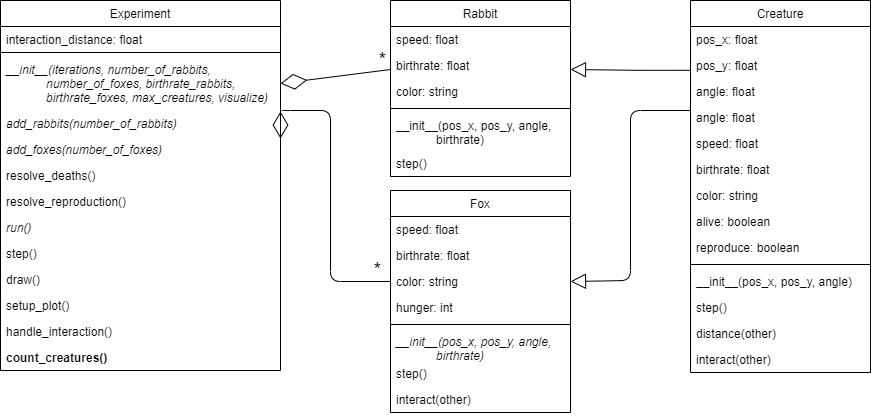
Before: 90 phase9/oo-phase9.png, a diagram exported from draw.io (spcourse/populations-oo). Source tidied: cells renumbered, new cells last; positions are measured from the earlier drawing's top-left corner, leaving out a move shared by most shapes.
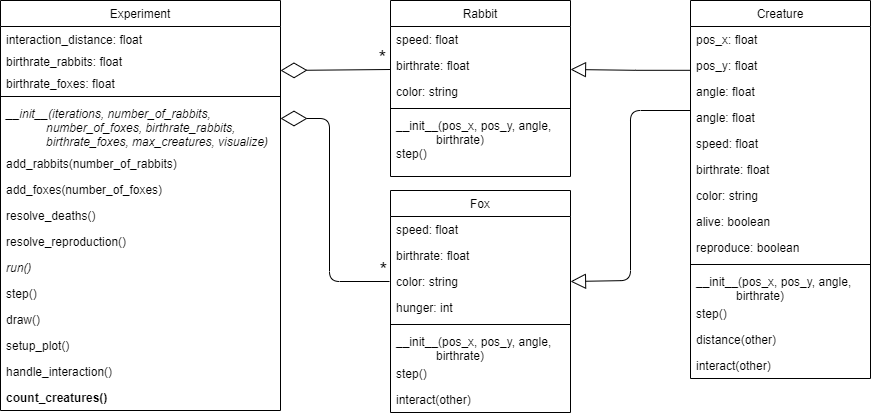
After the commit.

Diff of the diagram source:
```diff
@@ -3,46 +3,52 @@
     <mxCell id="0" />
     <mxCell id="1" parent="0" />
     <mxCell id="2" value="Experiment" style="swimlane;fontStyle=0;align=center;verticalAlign=top;horizontal=1;startSize=26;rounded=0;shadow=0;strokeWidth=1;" parent="1" vertex="1">
-      <mxGeometry width="280" height="370" as="geometry" />
+      <mxGeometry width="280" height="410" as="geometry" />
     </mxCell>
-    <mxCell id="3" value="interaction_distance: float" style="text;align=left;verticalAlign=top;spacingLeft=4;spacingRight=4;overflow=hidden;" parent="2" vertex="1">
+    <mxCell id="3" value="interaction_distance: float&#10;" style="text;align=left;verticalAlign=top;spacingLeft=4;spacingRight=4;overflow=hidden;" parent="2" vertex="1">
       <mxGeometry y="26" width="280" height="22" as="geometry" />
     </mxCell>
+    <mxCell id="53" value="birthrate_rabbits: float" style="text;align=left;verticalAlign=top;spacingLeft=4;spacingRight=4;overflow=hidden;fontStyle=0;" parent="2" vertex="1">
+      <mxGeometry y="48" width="280" height="22" as="geometry" />
+    </mxCell>
+    <mxCell id="54" value="birthrate_foxes: float" style="text;align=left;verticalAlign=top;spacingLeft=4;spacingRight=4;overflow=hidden;fontStyle=0;" parent="2" vertex="1">
+      <mxGeometry y="70" width="280" height="22" as="geometry" />
+    </mxCell>
     <mxCell id="4" style="line;html=1;strokeWidth=1;align=left;verticalAlign=middle;spacingTop=-1;spacingLeft=3;spacingRight=3;labelPosition=right;" parent="2" vertex="1">
-      <mxGeometry y="48" width="280" height="8" as="geometry" />
+      <mxGeometry y="92" width="280" height="8" as="geometry" />
     </mxCell>
-    <mxCell id="5" value="__init__(iterations, number_of_rabbits, &#10;            number_of_foxes, birthrate_rabbits,&#10;            birthrate_foxes, max_creatures, visualize)" style="text;align=left;verticalAlign=top;spacingLeft=4;spacingRight=4;overflow=hidden;points=[[0,0.5],[1,0.5]];portConstraint=eastwest;fontStyle=2;" parent="2" vertex="1">
-      <mxGeometry y="56" width="280" height="54" as="geometry" />
+    <mxCell id="5" value="__init__(iterations, number_of_rabbits, &#10;            number_of_foxes, birthrate_rabbits,&#10;            birthrate_foxes, max_creatures, visualize)&#10;" style="text;align=left;verticalAlign=top;spacingLeft=4;spacingRight=4;overflow=hidden;points=[[0,0.5],[1,0.5]];portConstraint=eastwest;fontStyle=2;" parent="2" vertex="1">
+      <mxGeometry y="100" width="280" height="50" as="geometry" />
     </mxCell>
-    <mxCell id="6" value="add_rabbits(number_of_rabbits)" style="text;align=left;verticalAlign=top;spacingLeft=4;spacingRight=4;overflow=hidden;fontStyle=2;" parent="2" vertex="1">
-      <mxGeometry y="110" width="280" height="26" as="geometry" />
+    <mxCell id="6" value="add_rabbits(number_of_rabbits)" style="text;align=left;verticalAlign=top;spacingLeft=4;spacingRight=4;overflow=hidden;" parent="2" vertex="1">
+      <mxGeometry y="150" width="280" height="26" as="geometry" />
     </mxCell>
-    <mxCell id="7" value="add_foxes(number_of_foxes)" style="text;align=left;verticalAlign=top;spacingLeft=4;spacingRight=4;overflow=hidden;points=[[0,0.5],[1,0.5]];portConstraint=eastwest;fontStyle=2;" parent="2" vertex="1">
-      <mxGeometry y="136" width="280" height="26" as="geometry" />
+    <mxCell id="7" value="add_foxes(number_of_foxes)" style="text;align=left;verticalAlign=top;spacingLeft=4;spacingRight=4;overflow=hidden;points=[[0,0.5],[1,0.5]];portConstraint=eastwest;" parent="2" vertex="1">
+      <mxGeometry y="176" width="280" height="26" as="geometry" />
     </mxCell>
     <mxCell id="8" value="resolve_deaths()" style="text;align=left;verticalAlign=top;spacingLeft=4;spacingRight=4;overflow=hidden;" parent="2" vertex="1">
-      <mxGeometry y="162" width="280" height="26" as="geometry" />
+      <mxGeometry y="202" width="280" height="26" as="geometry" />
     </mxCell>
     <mxCell id="9" value="resolve_reproduction()" style="text;align=left;verticalAlign=top;spacingLeft=4;spacingRight=4;overflow=hidden;fontStyle=0;" parent="2" vertex="1">
-      <mxGeometry y="188" width="280" height="26" as="geometry" />
+      <mxGeometry y="228" width="280" height="26" as="geometry" />
     </mxCell>
     <mxCell id="10" value="run()" style="text;align=left;verticalAlign=top;spacingLeft=4;spacingRight=4;overflow=hidden;fontStyle=2;" parent="2" vertex="1">
-      <mxGeometry y="214" width="280" height="26" as="geometry" />
+      <mxGeometry y="254" width="280" height="26" as="geometry" />
     </mxCell>
     <mxCell id="11" value="step()" style="text;align=left;verticalAlign=top;spacingLeft=4;spacingRight=4;overflow=hidden;fontStyle=0;" parent="2" vertex="1">
-      <mxGeometry y="240" width="280" height="26" as="geometry" />
+      <mxGeometry y="280" width="280" height="26" as="geometry" />
     </mxCell>
     <mxCell id="12" value="draw()" style="text;align=left;verticalAlign=top;spacingLeft=4;spacingRight=4;overflow=hidden;" parent="2" vertex="1">
-      <mxGeometry y="266" width="280" height="26" as="geometry" />
+      <mxGeometry y="306" width="280" height="26" as="geometry" />
     </mxCell>
     <mxCell id="13" value="setup_plot()" style="text;align=left;verticalAlign=top;spacingLeft=4;spacingRight=4;overflow=hidden;" parent="2" vertex="1">
-      <mxGeometry y="292" width="280" height="26" as="geometry" />
+      <mxGeometry y="332" width="280" height="26" as="geometry" />
     </mxCell>
     <mxCell id="14" value="handle_interaction()" style="text;align=left;verticalAlign=top;spacingLeft=4;spacingRight=4;overflow=hidden;" parent="2" vertex="1">
-      <mxGeometry y="318" width="280" height="26" as="geometry" />
+      <mxGeometry y="358" width="280" height="26" as="geometry" />
     </mxCell>
     <mxCell id="15" value="count_creatures()" style="text;align=left;verticalAlign=top;spacingLeft=4;spacingRight=4;overflow=hidden;fontStyle=1;" parent="2" vertex="1">
-      <mxGeometry y="344" width="280" height="26" as="geometry" />
+      <mxGeometry y="384" width="280" height="26" as="geometry" />
     </mxCell>
     <mxCell id="16" value="Fox" style="swimlane;fontStyle=0;align=center;verticalAlign=top;horizontal=1;startSize=26;rounded=0;shadow=0;strokeWidth=1;" parent="1" vertex="1">
       <mxGeometry x="390" y="190" width="180" height="222" as="geometry" />
@@ -62,7 +68,7 @@
     <mxCell id="21" style="line;html=1;strokeWidth=1;align=left;verticalAlign=middle;spacingTop=-1;spacingLeft=3;spacingRight=3;labelPosition=right;" parent="16" vertex="1">
       <mxGeometry y="130" width="180" height="8" as="geometry" />
     </mxCell>
-    <mxCell id="22" value="__init__(pos_x, pos_y, angle,&#10;            birthrate)" style="text;align=left;verticalAlign=top;spacingLeft=4;spacingRight=4;overflow=hidden;fontStyle=2;" parent="16" vertex="1">
+    <mxCell id="22" value="__init__(pos_x, pos_y, angle,&#10;            birthrate)&#10;" style="text;align=left;verticalAlign=top;spacingLeft=4;spacingRight=4;overflow=hidden;fontStyle=0;" parent="16" vertex="1">
       <mxGeometry y="138" width="180" height="32" as="geometry" />
     </mxCell>
     <mxCell id="23" value="step()" style="text;align=left;verticalAlign=top;spacingLeft=4;spacingRight=4;overflow=hidden;" parent="16" vertex="1">
@@ -71,11 +77,13 @@
     <mxCell id="24" value="interact(other)" style="text;align=left;verticalAlign=top;spacingLeft=4;spacingRight=4;overflow=hidden;" parent="16" vertex="1">
       <mxGeometry y="196" width="180" height="26" as="geometry" />
     </mxCell>
-    <mxCell id="25" style="endArrow=diamondThin;endFill=0;endSize=24;html=1;exitX=0;exitY=0.5;exitDx=0;exitDy=0;entryX=1;entryY=0.077;entryDx=0;entryDy=0;entryPerimeter=0;edgeStyle=orthogonalEdgeStyle;" parent="1" edge="1" source="19" target="7">
+    <mxCell id="25" style="endArrow=diamondThin;endFill=0;endSize=24;html=1;exitX=0;exitY=0.5;exitDx=0;exitDy=0;edgeStyle=orthogonalEdgeStyle;" parent="1" edge="1">
       <mxGeometry relative="1" as="geometry">
+        <mxPoint x="389" y="281" as="sourcePoint" />
+        <mxPoint x="280" y="118" as="targetPoint" />
         <Array as="points">
-          <mxPoint x="330" y="281" />
-          <mxPoint x="330" y="110" />
+          <mxPoint x="329" y="281" />
+          <mxPoint x="329" y="118" />
         </Array>
       </mxGeometry>
     </mxCell>
@@ -99,15 +107,16 @@
     <mxCell id="31" style="line;html=1;strokeWidth=1;align=left;verticalAlign=middle;spacingTop=-1;spacingLeft=3;spacingRight=3;labelPosition=right;" parent="27" vertex="1">
       <mxGeometry y="104" width="180" height="8" as="geometry" />
     </mxCell>
-    <mxCell id="32" value="__init__(pos_x, pos_y, angle, &#10;            birthrate)" style="text;align=left;verticalAlign=top;spacingLeft=4;spacingRight=4;overflow=hidden;fontStyle=0;" parent="27" vertex="1">
-      <mxGeometry y="112" width="180" height="38" as="geometry" />
+    <mxCell id="32" value="__init__(pos_x, pos_y, angle,&#10;            birthrate)" style="text;align=left;verticalAlign=top;spacingLeft=4;spacingRight=4;overflow=hidden;fontStyle=0;" parent="27" vertex="1">
+      <mxGeometry y="112" width="180" height="28" as="geometry" />
     </mxCell>
     <mxCell id="33" value="step()" style="text;align=left;verticalAlign=top;spacingLeft=4;spacingRight=4;overflow=hidden;" parent="27" vertex="1">
-      <mxGeometry y="150" width="180" height="26" as="geometry" />
+      <mxGeometry y="140" width="180" height="26" as="geometry" />
     </mxCell>
-    <mxCell id="34" style="endArrow=diamondThin;endFill=0;endSize=24;html=1;entryX=1;entryY=0.5;entryDx=0;entryDy=0;" parent="1" edge="1" target="5">
+    <mxCell id="34" style="endArrow=diamondThin;endFill=0;endSize=24;html=1;" parent="1" edge="1">
       <mxGeometry relative="1" as="geometry">
         <mxPoint x="390" y="69" as="sourcePoint" />
+        <mxPoint x="280" y="70" as="targetPoint" />
       </mxGeometry>
     </mxCell>
     <mxCell id="35" value="*" style="edgeLabel;html=1;align=center;verticalAlign=middle;fontSize=20;labelBackgroundColor=none;" parent="34" vertex="1">
@@ -116,7 +125,7 @@
       </mxGeometry>
     </mxCell>
     <mxCell id="36" value="Creature" style="swimlane;fontStyle=0;align=center;verticalAlign=top;horizontal=1;startSize=26;rounded=0;shadow=0;strokeWidth=1;" parent="1" vertex="1">
-      <mxGeometry x="690" width="180" height="372" as="geometry" />
+      <mxGeometry x="690" width="180" height="378" as="geometry" />
     </mxCell>
     <mxCell id="37" value="pos_x: float" style="text;align=left;verticalAlign=top;spacingLeft=4;spacingRight=4;overflow=hidden;" parent="36" vertex="1">
       <mxGeometry y="26" width="180" height="26" as="geometry" />
@@ -148,17 +157,17 @@
     <mxCell id="46" style="line;html=1;strokeWidth=1;align=left;verticalAlign=middle;spacingTop=-1;spacingLeft=3;spacingRight=3;labelPosition=right;" parent="36" vertex="1">
       <mxGeometry y="260" width="180" height="8" as="geometry" />
     </mxCell>
-    <mxCell id="47" value="__init__(pos_x, pos_y, angle)" style="text;align=left;verticalAlign=top;spacingLeft=4;spacingRight=4;overflow=hidden;fontStyle=0;" parent="36" vertex="1">
-      <mxGeometry y="268" width="180" height="26" as="geometry" />
+    <mxCell id="47" value="__init__(pos_x, pos_y, angle,&#10;            birthrate)" style="text;align=left;verticalAlign=top;spacingLeft=4;spacingRight=4;overflow=hidden;fontStyle=0;" parent="36" vertex="1">
+      <mxGeometry y="268" width="180" height="32" as="geometry" />
     </mxCell>
-    <mxCell id="48" value="step()" style="text;align=left;verticalAlign=top;spacingLeft=4;spacingRight=4;overflow=hidden;" parent="36" vertex="1">
-      <mxGeometry y="294" width="180" height="26" as="geometry" />
+    <mxCell id="48" value="step()" style="text;align=left;verticalAlign=top;spacingLeft=4;spacingRight=4;overflow=hidden;fontStyle=0;" parent="36" vertex="1">
+      <mxGeometry y="300" width="180" height="26" as="geometry" />
     </mxCell>
     <mxCell id="49" value="distance(other)" style="text;align=left;verticalAlign=top;spacingLeft=4;spacingRight=4;overflow=hidden;" parent="36" vertex="1">
-      <mxGeometry y="320" width="180" height="26" as="geometry" />
+      <mxGeometry y="326" width="180" height="26" as="geometry" />
     </mxCell>
     <mxCell id="50" value="interact(other)" style="text;align=left;verticalAlign=top;spacingLeft=4;spacingRight=4;overflow=hidden;fontStyle=0;" parent="36" vertex="1">
-      <mxGeometry y="346" width="180" height="26" as="geometry" />
+      <mxGeometry y="352" width="180" height="26" as="geometry" />
     </mxCell>
     <mxCell id="51" style="edgeStyle=orthogonalEdgeStyle;rounded=0;jettySize=auto;html=1;exitX=0.002;exitY=-0.315;exitDx=0;exitDy=0;fontSize=16;endArrow=block;endFill=0;startSize=6;endSize=13;exitPerimeter=0;" parent="1" edge="1" source="39">
       <mxGeometry relative="1" as="geometry">
```
